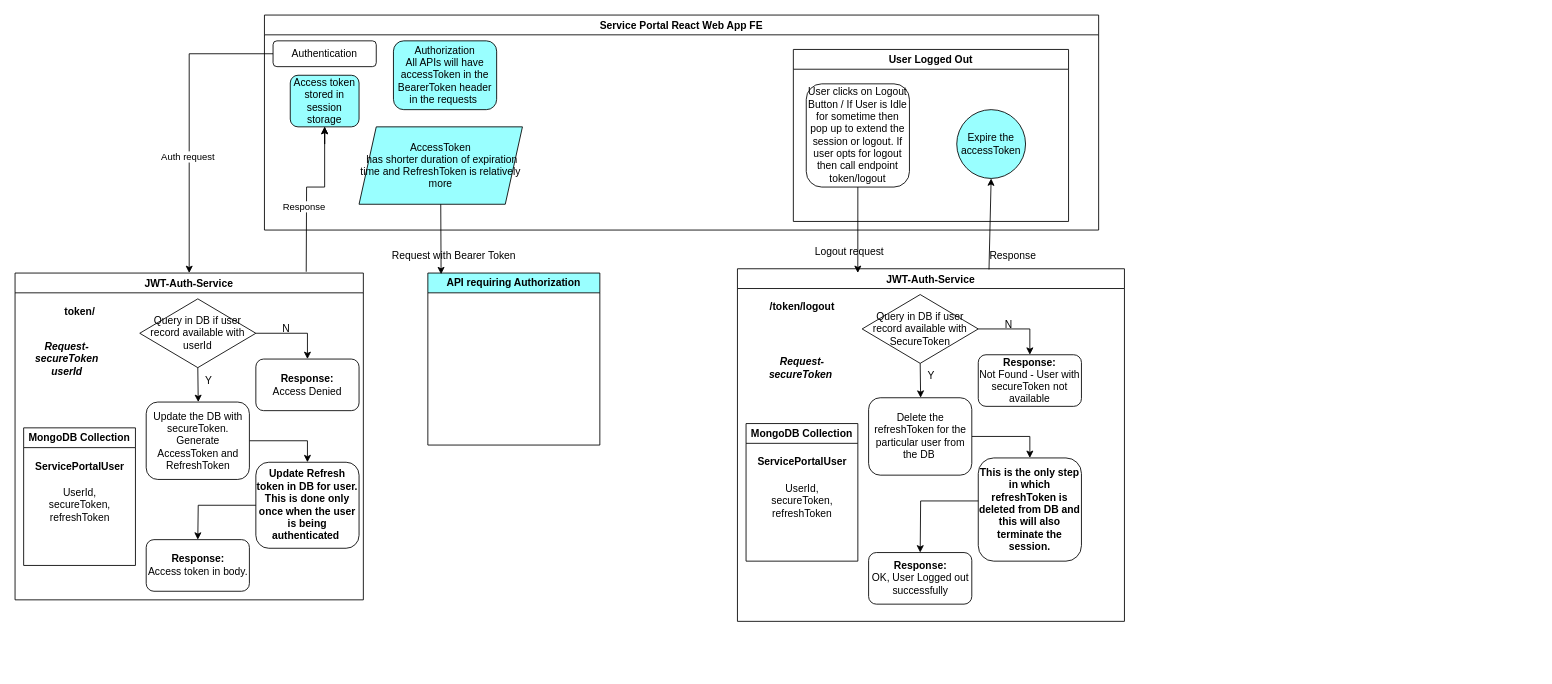
This is page "Page-4" (4 of 4) of Untitled Diagram.drawio from janmejayshah11/FirstRepo, a draw.io file, before an edit. Source tidied: cells renumbered, new cells numbered last; positions are measured from the earlier drawing's top-left corner, leaving out a move shared by most shapes. Both pictures are drawn from the tidied source at 86%, with x=0, y=0 at pixel (15, 15).
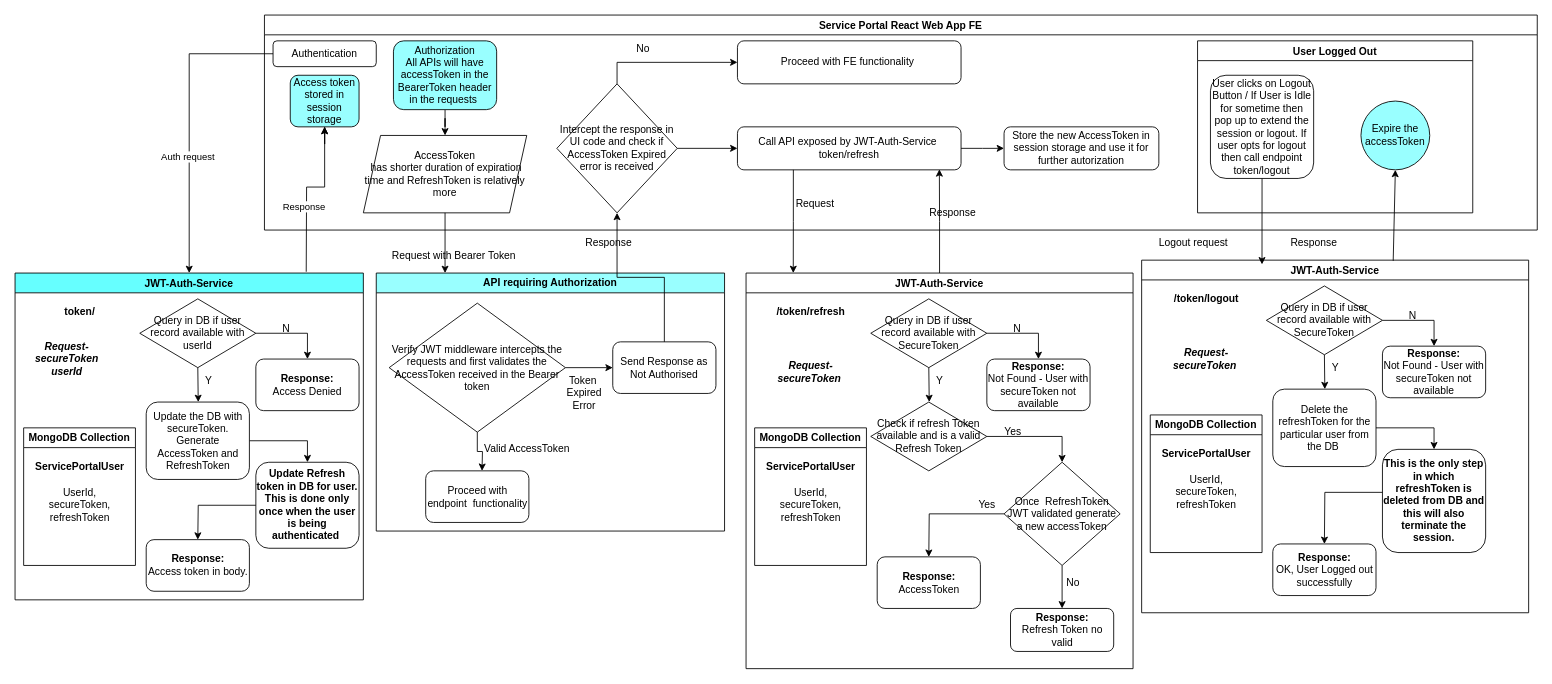
After the change.

The change refers to these unchanged cells:
```xml
<mxCell id="7" value="Authorization&lt;br&gt;All APIs will have accessToken in the BearerToken header in the requests&amp;nbsp;" style="rounded=1;whiteSpace=wrap;html=1;fillColor=#99FFFF;" parent="2" vertex="1">
  <mxGeometry x="150" y="30" width="120" height="80" as="geometry" />
</mxCell>
```

Diff of the diagram source:
```diff
@@
     <mxCell id="2" value="Service Portal React Web App FE" style="swimlane;" parent="1" vertex="1">
-      <mxGeometry x="290" width="970" height="250" as="geometry" />
+      <mxGeometry x="290" width="1480" height="250" as="geometry" />
     </mxCell>
@@
     <mxCell id="4" value="User Logged Out" style="swimlane;" parent="2" vertex="1">
-      <mxGeometry x="615" y="40" width="320" height="200" as="geometry" />
+      <mxGeometry x="1085" y="30" width="320" height="200" as="geometry" />
     </mxCell>
@@
+    <mxCell id="56" style="edgeStyle=orthogonalEdgeStyle;rounded=0;jettySize=auto;html=1;entryX=0.5;entryY=0;entryDx=0;entryDy=0;" parent="2" edge="1" source="7" target="8">
+      <mxGeometry relative="1" as="geometry" />
+    </mxCell>
@@
-    <mxCell id="8" value="AccessToken&lt;br&gt;&amp;nbsp;has shorter duration of expiration time and RefreshToken is relatively more" style="shape=parallelogram;perimeter=parallelogramPerimeter;whiteSpace=wrap;html=1;fixedSize=1;fillColor=#99FFFF;" parent="2" vertex="1">
-      <mxGeometry x="110" y="130" width="190" height="90" as="geometry" />
+    <mxCell id="8" value="AccessToken&lt;br&gt;&amp;nbsp;has shorter duration of expiration time and RefreshToken is relatively more" style="shape=parallelogram;perimeter=parallelogramPerimeter;whiteSpace=wrap;html=1;fixedSize=1;fillColor=#FFFFFF;" parent="2" vertex="1">
+      <mxGeometry x="115" y="140" width="190" height="90" as="geometry" />
     </mxCell>
@@
+    <mxCell id="57" style="edgeStyle=orthogonalEdgeStyle;rounded=0;jettySize=auto;html=1;exitX=0.5;exitY=0;exitDx=0;exitDy=0;entryX=0;entryY=0.5;entryDx=0;entryDy=0;" parent="2" edge="1" source="59" target="60">
+      <mxGeometry relative="1" as="geometry" />
+    </mxCell>
+    <mxCell id="58" style="edgeStyle=orthogonalEdgeStyle;rounded=0;jettySize=auto;html=1;entryX=0;entryY=0.5;entryDx=0;entryDy=0;" parent="2" edge="1" source="59" target="61">
+      <mxGeometry relative="1" as="geometry" />
+    </mxCell>
+    <mxCell id="59" value="Intercept the response in UI code and check if AccessToken Expired error is received" style="rhombus;whiteSpace=wrap;html=1;fillColor=#FFFFFF;" parent="2" vertex="1">
+      <mxGeometry x="340" y="80" width="140" height="150" as="geometry" />
+    </mxCell>
+    <mxCell id="60" value="Proceed with FE functionality&amp;nbsp;" style="rounded=1;whiteSpace=wrap;html=1;" parent="2" vertex="1">
+      <mxGeometry x="550" y="30" width="260" height="50" as="geometry" />
+    </mxCell>
+    <mxCell id="61" value="Call API exposed by JWT-Auth-Service&amp;nbsp;&lt;br&gt;token/refresh" style="rounded=1;whiteSpace=wrap;html=1;" parent="2" vertex="1">
+      <mxGeometry x="550" y="130" width="260" height="50" as="geometry" />
+    </mxCell>
+    <mxCell id="62" value="Store the new AccessToken in session storage and use it for further autorization" style="rounded=1;whiteSpace=wrap;html=1;" parent="2" vertex="1">
+      <mxGeometry x="860" y="130" width="180" height="50" as="geometry" />
+    </mxCell>
-    <mxCell id="11" value="JWT-Auth-Service" style="swimlane;" parent="1" vertex="1">
+    <mxCell id="11" value="JWT-Auth-Service" style="swimlane;fillColor=#66FFFF;" parent="1" vertex="1">
       <mxGeometry y="300" width="405" height="380" as="geometry" />
     </mxCell>
@@
     <mxCell id="32" value="JWT-Auth-Service" style="swimlane;" parent="1" vertex="1">
-      <mxGeometry x="840" y="295" width="450" height="410" as="geometry" />
+      <mxGeometry x="1310" y="285" width="450" height="410" as="geometry" />
     </mxCell>
@@
     <mxCell id="50" value="Logout request" style="text;html=1;align=center;verticalAlign=middle;strokeColor=none;fillColor=none;" parent="1" vertex="1">
-      <mxGeometry x="920" y="260" width="100" height="30" as="geometry" />
+      <mxGeometry x="1320" y="250" width="100" height="30" as="geometry" />
     </mxCell>
     <mxCell id="51" value="Response" style="text;html=1;align=center;verticalAlign=middle;strokeColor=none;fillColor=none;" parent="1" vertex="1">
-      <mxGeometry x="1120" y="265" width="80" height="30" as="geometry" />
+      <mxGeometry x="1470" y="250" width="80" height="30" as="geometry" />
     </mxCell>
@@
     <mxCell id="53" value="API requiring Authorization" style="swimlane;whiteSpace=wrap;html=1;fillColor=#99FFFF;" parent="1" vertex="1">
-      <mxGeometry x="480" y="300" width="200" height="200" as="geometry" />
+      <mxGeometry x="420" y="300" width="405" height="300" as="geometry" />
     </mxCell>
+    <mxCell id="63" value="Verify JWT middleware intercepts the requests and first validates the AccessToken received in the Bearer token" style="rhombus;whiteSpace=wrap;html=1;fillColor=#FFFFFF;" parent="53" vertex="1">
+      <mxGeometry x="15" y="35" width="205" height="150" as="geometry" />
+    </mxCell>
+    <mxCell id="64" value="Valid AccessToken" style="text;html=1;align=center;verticalAlign=middle;strokeColor=none;fillColor=none;" parent="53" vertex="1">
+      <mxGeometry x="115" y="190" width="120" height="30" as="geometry" />
+    </mxCell>
+    <mxCell id="65" value="Proceed with endpoint&amp;nbsp; functionality" style="rounded=1;whiteSpace=wrap;html=1;fillColor=#FFFFFF;" parent="53" vertex="1">
+      <mxGeometry x="57.5" y="230" width="120" height="60" as="geometry" />
+    </mxCell>
+    <mxCell id="66" value="Send Response as Not Authorised" style="rounded=1;whiteSpace=wrap;html=1;fillColor=#FFFFFF;" parent="53" vertex="1">
+      <mxGeometry x="275" y="80" width="120" height="60" as="geometry" />
+    </mxCell>
+    <mxCell id="67" value="Token&lt;br&gt;&amp;nbsp;Expired&lt;br&gt;&amp;nbsp;Error" style="text;html=1;align=center;verticalAlign=middle;strokeColor=none;fillColor=none;" parent="53" vertex="1">
+      <mxGeometry x="205" y="110" width="70" height="60" as="geometry" />
+    </mxCell>
+    <mxCell id="68" style="edgeStyle=orthogonalEdgeStyle;rounded=0;jettySize=auto;html=1;exitX=1;exitY=0.5;exitDx=0;exitDy=0;entryX=0;entryY=0.5;entryDx=0;entryDy=0;" parent="53" edge="1" source="63" target="66">
+      <mxGeometry relative="1" as="geometry" />
+    </mxCell>
-    <mxCell id="54" style="endArrow=classic;html=1;rounded=0;entryX=0.077;entryY=0.007;entryDx=0;entryDy=0;entryPerimeter=0;exitX=0.5;exitY=1;exitDx=0;exitDy=0;" parent="1" edge="1" source="8" target="53">
-      <mxGeometry relative="1" as="geometry" />
+    <mxCell id="54" style="endArrow=classic;html=1;rounded=0;exitX=0.5;exitY=1;exitDx=0;exitDy=0;" parent="1" edge="1" source="8">
+      <mxGeometry relative="1" as="geometry">
+        <mxPoint x="500" y="300" as="targetPoint" />
+      </mxGeometry>
     </mxCell>
@@
+    <mxCell id="69" style="edgeStyle=orthogonalEdgeStyle;rounded=0;jettySize=auto;html=1;" parent="1" edge="1" source="63">
+      <mxGeometry relative="1" as="geometry">
+        <mxPoint x="543" y="530" as="targetPoint" />
+      </mxGeometry>
+    </mxCell>
+    <mxCell id="70" style="edgeStyle=orthogonalEdgeStyle;rounded=0;jettySize=auto;html=1;exitX=0.5;exitY=0;exitDx=0;exitDy=0;" parent="1" edge="1" source="66" target="59">
+      <mxGeometry relative="1" as="geometry" />
+    </mxCell>
+    <mxCell id="71" value="Response" style="text;html=1;align=center;verticalAlign=middle;strokeColor=none;fillColor=none;" parent="1" vertex="1">
+      <mxGeometry x="650" y="250" width="80" height="30" as="geometry" />
+    </mxCell>
+    <mxCell id="72" value="No" style="text;html=1;align=center;verticalAlign=middle;strokeColor=none;fillColor=none;" parent="1" vertex="1">
+      <mxGeometry x="710" y="25" width="40" height="30" as="geometry" />
+    </mxCell>
+    <mxCell id="73" style="edgeStyle=orthogonalEdgeStyle;rounded=0;jettySize=auto;html=1;exitX=0.5;exitY=0;exitDx=0;exitDy=0;entryX=0.903;entryY=0.987;entryDx=0;entryDy=0;entryPerimeter=0;" parent="1" edge="1" source="74" target="61">
+      <mxGeometry relative="1" as="geometry" />
+    </mxCell>
+    <mxCell id="74" value="JWT-Auth-Service" style="swimlane;" parent="1" vertex="1">
+      <mxGeometry x="850" y="300" width="450" height="460" as="geometry" />
+    </mxCell>
+    <mxCell id="75" value="&lt;b&gt;/token/refresh&lt;/b&gt;" style="text;html=1;align=center;verticalAlign=middle;strokeColor=none;fillColor=none;" parent="74" vertex="1">
+      <mxGeometry x="25" y="30" width="100" height="30" as="geometry" />
+    </mxCell>
+    <mxCell id="76" value="&lt;b&gt;Response:&lt;/b&gt;&lt;br&gt;Not Found - User with secureToken not available" style="rounded=1;whiteSpace=wrap;html=1;" parent="74" vertex="1">
+      <mxGeometry x="280" y="100" width="120" height="60" as="geometry" />
+    </mxCell>
+    <mxCell id="77" value="Query in DB if user record available with SecureToken" style="rhombus;whiteSpace=wrap;html=1;" parent="74" vertex="1">
+      <mxGeometry x="145" y="30" width="135" height="80" as="geometry" />
+    </mxCell>
+    <mxCell id="78" style="endArrow=classic;html=1;rounded=0;exitX=1;exitY=0.5;exitDx=0;exitDy=0;entryX=0.5;entryY=0;entryDx=0;entryDy=0;" parent="74" edge="1" source="77" target="76">
+      <mxGeometry relative="1" as="geometry">
+        <Array as="points">
+          <mxPoint x="340" y="70" />
+        </Array>
+      </mxGeometry>
+    </mxCell>
+    <mxCell id="79" value="N" style="text;html=1;align=center;verticalAlign=middle;strokeColor=none;fillColor=none;" parent="74" vertex="1">
+      <mxGeometry x="300" y="50" width="30" height="30" as="geometry" />
+    </mxCell>
+    <mxCell id="80" style="endArrow=classic;html=1;rounded=0;exitX=0.5;exitY=1;exitDx=0;exitDy=0;" parent="74" edge="1" source="77">
+      <mxGeometry relative="1" as="geometry">
+        <mxPoint x="213" y="150" as="targetPoint" />
+      </mxGeometry>
+    </mxCell>
+    <mxCell id="81" style="endArrow=classic;html=1;rounded=0;entryX=0.5;entryY=0;entryDx=0;entryDy=0;exitX=0;exitY=0.5;exitDx=0;exitDy=0;" parent="74" edge="1" source="91" target="82">
+      <mxGeometry relative="1" as="geometry">
+        <Array as="points">
+          <mxPoint x="213" y="280" />
+        </Array>
+      </mxGeometry>
+    </mxCell>
+    <mxCell id="82" value="&lt;b&gt;Response:&lt;/b&gt;&lt;br&gt;AccessToken" style="rounded=1;whiteSpace=wrap;html=1;" parent="74" vertex="1">
+      <mxGeometry x="152.5" y="330" width="120" height="60" as="geometry" />
+    </mxCell>
+    <mxCell id="83" value="Request- &lt;br&gt;secureToken&amp;nbsp;" style="text;html=1;align=center;verticalAlign=middle;strokeColor=none;fillColor=none;fontStyle=3;" parent="74" vertex="1">
+      <mxGeometry x="25" y="95" width="100" height="40" as="geometry" />
+    </mxCell>
+    <mxCell id="84" value="Y" style="text;html=1;align=center;verticalAlign=middle;strokeColor=none;fillColor=none;" parent="74" vertex="1">
+      <mxGeometry x="210" y="110" width="30" height="30" as="geometry" />
+    </mxCell>
+    <mxCell id="85" value="MongoDB Collection" style="swimlane;whiteSpace=wrap;html=1;" parent="74" vertex="1">
+      <mxGeometry x="10" y="180" width="130" height="160" as="geometry" />
+    </mxCell>
+    <mxCell id="86" value="&lt;b&gt;ServicePortalUser&lt;/b&gt;" style="text;html=1;align=center;verticalAlign=middle;strokeColor=none;fillColor=none;" parent="85" vertex="1">
+      <mxGeometry y="30" width="130" height="30" as="geometry" />
+    </mxCell>
+    <mxCell id="87" value="UserId, &lt;br&gt;secureToken,&lt;br&gt;refreshToken" style="text;html=1;align=center;verticalAlign=middle;strokeColor=none;fillColor=none;" parent="85" vertex="1">
+      <mxGeometry x="20" y="60" width="90" height="60" as="geometry" />
+    </mxCell>
+    <mxCell id="88" style="edgeStyle=orthogonalEdgeStyle;rounded=0;jettySize=auto;html=1;exitX=1;exitY=0.5;exitDx=0;exitDy=0;entryX=0.5;entryY=0;entryDx=0;entryDy=0;" parent="74" edge="1" source="89" target="91">
+      <mxGeometry relative="1" as="geometry" />
+    </mxCell>
+    <mxCell id="89" value="Check if refresh Token available and is a valid Refresh Token" style="rhombus;whiteSpace=wrap;html=1;" parent="74" vertex="1">
+      <mxGeometry x="145" y="150" width="135" height="80" as="geometry" />
+    </mxCell>
+    <mxCell id="90" style="edgeStyle=orthogonalEdgeStyle;rounded=0;jettySize=auto;html=1;exitX=0.5;exitY=1;exitDx=0;exitDy=0;entryX=0.5;entryY=0;entryDx=0;entryDy=0;" parent="74" edge="1" source="91" target="93">
+      <mxGeometry relative="1" as="geometry" />
+    </mxCell>
+    <mxCell id="91" value="Once&amp;nbsp; RefreshToken JWT validated generate a new accessToken" style="rhombus;whiteSpace=wrap;html=1;" parent="74" vertex="1">
+      <mxGeometry x="300" y="220" width="135" height="120" as="geometry" />
+    </mxCell>
+    <mxCell id="92" value="Yes" style="text;html=1;align=center;verticalAlign=middle;strokeColor=none;fillColor=none;" parent="74" vertex="1">
+      <mxGeometry x="290" y="170" width="40" height="30" as="geometry" />
+    </mxCell>
+    <mxCell id="93" value="&lt;b&gt;Response:&lt;/b&gt;&lt;br&gt;Refresh Token no valid" style="rounded=1;whiteSpace=wrap;html=1;" parent="74" vertex="1">
+      <mxGeometry x="307.5" y="390" width="120" height="50" as="geometry" />
+    </mxCell>
+    <mxCell id="94" style="edgeStyle=orthogonalEdgeStyle;rounded=0;jettySize=auto;html=1;exitX=0.25;exitY=1;exitDx=0;exitDy=0;entryX=0.122;entryY=0;entryDx=0;entryDy=0;entryPerimeter=0;" parent="1" edge="1" source="61" target="74">
+      <mxGeometry relative="1" as="geometry" />
+    </mxCell>
+    <mxCell id="95" value="Request" style="text;html=1;align=center;verticalAlign=middle;strokeColor=none;fillColor=none;" parent="1" vertex="1">
+      <mxGeometry x="895" y="205" width="70" height="30" as="geometry" />
+    </mxCell>
+    <mxCell id="96" value="Response" style="text;html=1;align=center;verticalAlign=middle;strokeColor=none;fillColor=none;" parent="1" vertex="1">
+      <mxGeometry x="1050" y="215" width="80" height="30" as="geometry" />
+    </mxCell>
+    <mxCell id="97" value="Yes" style="text;html=1;align=center;verticalAlign=middle;strokeColor=none;fillColor=none;" parent="1" vertex="1">
+      <mxGeometry x="1110" y="555" width="40" height="30" as="geometry" />
+    </mxCell>
+    <mxCell id="98" value="No" style="text;html=1;align=center;verticalAlign=middle;strokeColor=none;fillColor=none;" parent="1" vertex="1">
+      <mxGeometry x="1210" y="645" width="40" height="30" as="geometry" />
+    </mxCell>
+    <mxCell id="99" style="edgeStyle=orthogonalEdgeStyle;rounded=0;jettySize=auto;html=1;exitX=1;exitY=0.5;exitDx=0;exitDy=0;" parent="1" edge="1" source="61">
+      <mxGeometry relative="1" as="geometry">
+        <mxPoint x="1150" y="155" as="targetPoint" />
+      </mxGeometry>
+    </mxCell>
```
